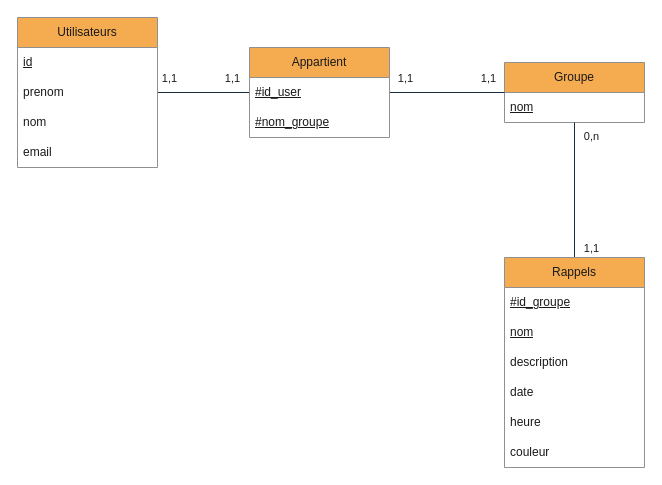
The draw.io diagram page "MLD" (2 of 2) of Database.drawio in Olwinss/Remindr, before the edit. Source tidied: cells renumbered, new cells numbered last; positions are measured from the earlier drawing's top-left corner, leaving out a move shared by most shapes. Both pictures are drawn from the tidied source at 100%, with x=0, y=0 at pixel (17, 17).
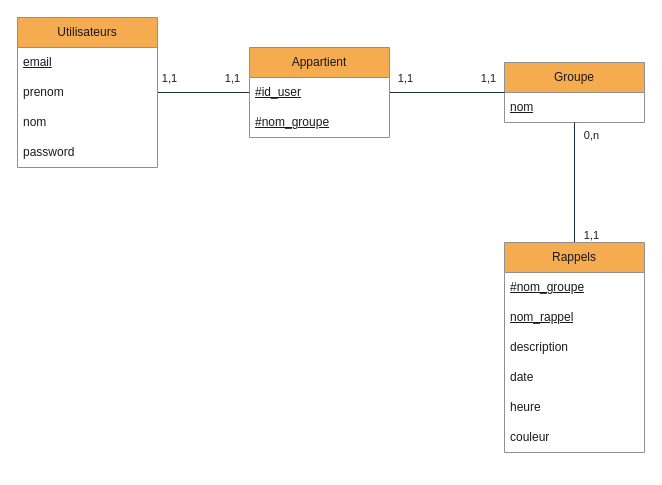
Above is the later version.

The change refers to these unchanged cells:
```xml
<mxCell id="5" value="Utilisateurs" style="swimlane;fontStyle=0;horizontal=1;startSize=30;whiteSpace=wrap;html=1;labelBackgroundColor=none;fillColor=#F5AB50;strokeColor=#909090;fontColor=#1A1A1A;" parent="1" vertex="1">
  <mxGeometry width="140" height="150" as="geometry" />
</mxCell>
```

What changed in the source:
```diff
@@
-    <mxCell id="6" value="&lt;u&gt;id&lt;/u&gt;" style="text;strokeColor=none;fillColor=none;align=left;verticalAlign=middle;spacingLeft=4;spacingRight=4;overflow=hidden;whiteSpace=wrap;html=1;labelBackgroundColor=none;fontColor=#1A1A1A;" parent="5" vertex="1">
-      <mxGeometry y="30" width="140" height="30" as="geometry" />
-    </mxCell>
+    <mxCell id="9" value="&lt;u&gt;email&lt;/u&gt;" style="text;strokeColor=none;fillColor=none;align=left;verticalAlign=middle;spacingLeft=4;spacingRight=4;overflow=hidden;whiteSpace=wrap;html=1;labelBackgroundColor=none;fontColor=#1A1A1A;" parent="5" vertex="1">
+      <mxGeometry y="30" width="140" height="30" as="geometry" />
+    </mxCell>
@@
-    <mxCell id="9" value="email" style="text;strokeColor=none;fillColor=none;align=left;verticalAlign=middle;spacingLeft=4;spacingRight=4;overflow=hidden;whiteSpace=wrap;html=1;labelBackgroundColor=none;fontColor=#1A1A1A;" parent="5" vertex="1">
-      <mxGeometry y="120" width="140" height="30" as="geometry" />
-    </mxCell>
+    <mxCell id="28" value="password" style="text;strokeColor=none;fillColor=none;align=left;verticalAlign=middle;spacingLeft=4;spacingRight=4;overflow=hidden;whiteSpace=wrap;html=1;labelBackgroundColor=none;fontColor=#1A1A1A;" parent="5" vertex="1">
+      <mxGeometry y="120" width="140" height="30" as="geometry" />
+    </mxCell>
@@
     <mxCell id="15" value="Rappels" style="swimlane;fontStyle=0;horizontal=1;startSize=30;whiteSpace=wrap;html=1;labelBackgroundColor=none;fillColor=#F5AB50;strokeColor=#909090;fontColor=#1A1A1A;" parent="1" vertex="1">
-      <mxGeometry x="487" y="240" width="140" height="210" as="geometry" />
+      <mxGeometry x="487" y="225" width="140" height="210" as="geometry" />
     </mxCell>
-    <mxCell id="16" value="&lt;u&gt;#id_groupe&lt;/u&gt;" style="text;strokeColor=none;fillColor=none;align=left;verticalAlign=middle;spacingLeft=4;spacingRight=4;overflow=hidden;whiteSpace=wrap;html=1;labelBackgroundColor=none;fontColor=#1A1A1A;" parent="15" vertex="1">
+    <mxCell id="16" value="&lt;u&gt;#nom_groupe&lt;/u&gt;" style="text;strokeColor=none;fillColor=none;align=left;verticalAlign=middle;spacingLeft=4;spacingRight=4;overflow=hidden;whiteSpace=wrap;html=1;labelBackgroundColor=none;fontColor=#1A1A1A;" parent="15" vertex="1">
       <mxGeometry y="30" width="140" height="30" as="geometry" />
     </mxCell>
-    <mxCell id="17" value="&lt;u&gt;nom&lt;/u&gt;" style="text;strokeColor=none;fillColor=none;align=left;verticalAlign=middle;spacingLeft=4;spacingRight=4;overflow=hidden;whiteSpace=wrap;html=1;labelBackgroundColor=none;fontColor=#1A1A1A;" parent="15" vertex="1">
+    <mxCell id="17" value="&lt;u&gt;nom_rappel&lt;/u&gt;" style="text;strokeColor=none;fillColor=none;align=left;verticalAlign=middle;spacingLeft=4;spacingRight=4;overflow=hidden;whiteSpace=wrap;html=1;labelBackgroundColor=none;fontColor=#1A1A1A;" parent="15" vertex="1">
       <mxGeometry y="60" width="140" height="30" as="geometry" />
     </mxCell>
```
